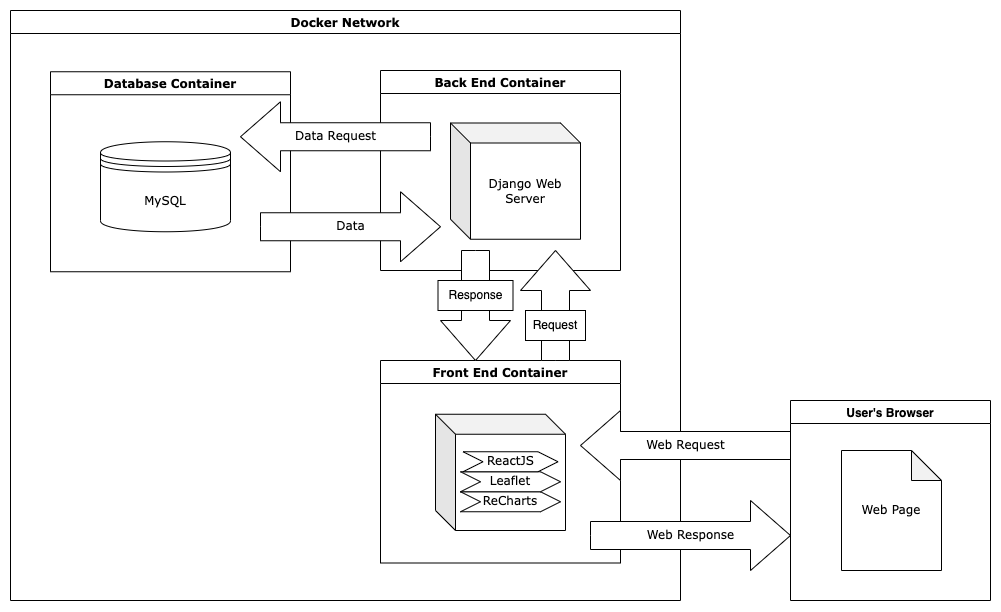
Before: img/fires-wild-diagram.png, a diagram exported from draw.io (cs481-ekh/f22-fires-wild). Source tidied: cells renumbered, new cells last; positions are measured from the earlier drawing's top-left corner, leaving out a move shared by most shapes.
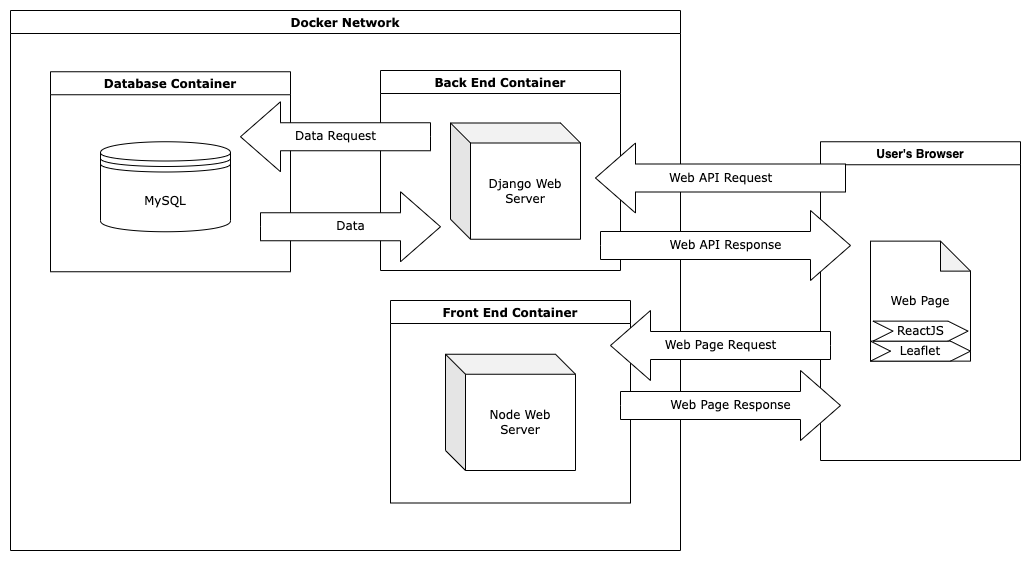
After the change.

What changed in the source:
```diff
@@ -3,7 +3,7 @@
     <mxCell id="0" />
     <mxCell id="1" parent="0" />
     <mxCell id="2" value="Docker Network" style="swimlane;fontFamily=Verdana;" parent="1" vertex="1">
-      <mxGeometry width="670" height="590" as="geometry" />
+      <mxGeometry width="670" height="540" as="geometry" />
     </mxCell>
     <mxCell id="3" value="Database Container" style="swimlane;fontFamily=Verdana;" parent="2" vertex="1">
       <mxGeometry x="40" y="61.2" width="240" height="200" as="geometry" />
@@ -24,43 +24,34 @@
       <mxGeometry x="250" y="181.2" width="180" height="70" as="geometry" />
     </mxCell>
     <mxCell id="9" value="Front End Container" style="swimlane;fontFamily=Verdana;" parent="2" vertex="1">
-      <mxGeometry x="370" y="350" width="240" height="202.5" as="geometry" />
+      <mxGeometry x="380" y="290" width="240" height="202.5" as="geometry" />
     </mxCell>
-    <mxCell id="10" style="shape=cube;whiteSpace=wrap;html=1;boundedLbl=1;backgroundOutline=1;darkOpacity=0.05;darkOpacity2=0.1;fontFamily=Verdana;" parent="9" vertex="1">
+    <mxCell id="10" value="Node Web&lt;br&gt;Server" style="shape=cube;whiteSpace=wrap;html=1;boundedLbl=1;backgroundOutline=1;darkOpacity=0.05;darkOpacity2=0.1;fontFamily=Verdana;" parent="9" vertex="1">
       <mxGeometry x="55" y="53.8" width="130" height="116.2" as="geometry" />
     </mxCell>
-    <mxCell id="11" value="ReCharts" style="shape=step;perimeter=stepPerimeter;whiteSpace=wrap;html=1;fixedSize=1;fontFamily=Verdana;fontSize=12;" parent="9" vertex="1">
-      <mxGeometry x="80" y="131.2" width="100" height="20" as="geometry" />
-    </mxCell>
+    <mxCell id="20" value="User's Browser" style="swimlane;" parent="1" vertex="1">
+      <mxGeometry x="810" y="131.2" width="200" height="318.8" as="geometry" />
+    </mxCell>
+    <mxCell id="21" value="Web Page" style="shape=note;whiteSpace=wrap;html=1;backgroundOutline=1;darkOpacity=0.05;fontFamily=Verdana;fontSize=12;" parent="20" vertex="1">
+      <mxGeometry x="50" y="99.4" width="100" height="120" as="geometry" />
+    </mxCell>
-    <mxCell id="12" value="Leaflet" style="shape=step;perimeter=stepPerimeter;whiteSpace=wrap;html=1;fixedSize=1;fontFamily=Verdana;fontSize=12;" parent="9" vertex="1">
-      <mxGeometry x="80" y="111.2" width="100" height="20" as="geometry" />
+    <mxCell id="12" value="Leaflet" style="shape=step;perimeter=stepPerimeter;whiteSpace=wrap;html=1;fixedSize=1;fontFamily=Verdana;fontSize=12;" parent="20" vertex="1">
+      <mxGeometry x="50" y="199.4" width="100" height="20" as="geometry" />
     </mxCell>
-    <mxCell id="13" value="ReactJS" style="shape=step;perimeter=stepPerimeter;whiteSpace=wrap;html=1;fixedSize=1;fontFamily=Verdana;fontSize=12;" parent="9" vertex="1">
-      <mxGeometry x="82.5" y="91.2" width="95" height="20" as="geometry" />
+    <mxCell id="13" value="ReactJS" style="shape=step;perimeter=stepPerimeter;whiteSpace=wrap;html=1;fixedSize=1;fontFamily=Verdana;fontSize=12;" parent="20" vertex="1">
+      <mxGeometry x="52.5" y="179.4" width="95" height="20" as="geometry" />
     </mxCell>
-    <mxCell id="14" style="html=1;shadow=0;dashed=0;align=center;verticalAlign=middle;shape=mxgraph.arrows2.arrow;dy=0.6;dx=40;direction=south;notch=0;" parent="2" vertex="1">
-      <mxGeometry x="430" y="240" width="70" height="110" as="geometry" />
-    </mxCell>
-    <mxCell id="15" style="html=1;shadow=0;dashed=0;align=center;verticalAlign=middle;shape=mxgraph.arrows2.arrow;dy=0.6;dx=40;direction=south;notch=0;rotation=-180;" parent="2" vertex="1">
-      <mxGeometry x="510" y="240" width="70" height="110" as="geometry" />
-    </mxCell>
-    <mxCell id="16" value="Response" style="rounded=0;whiteSpace=wrap;html=1;" parent="2" vertex="1">
-      <mxGeometry x="427.5" y="270" width="75" height="30" as="geometry" />
-    </mxCell>
-    <mxCell id="17" value="Request" style="rounded=0;whiteSpace=wrap;html=1;" parent="2" vertex="1">
-      <mxGeometry x="515" y="300" width="60" height="30" as="geometry" />
-    </mxCell>
+    <mxCell id="19" value="Web Page Response" style="html=1;shadow=0;dashed=0;align=center;verticalAlign=middle;shape=mxgraph.arrows2.arrow;dy=0.6;dx=40;notch=0;fontFamily=Verdana;rotation=0;" parent="20" vertex="1">
+      <mxGeometry x="-200" y="228.8" width="220" height="70" as="geometry" />
+    </mxCell>
+    <mxCell id="22" value="Web API Request" style="html=1;shadow=0;dashed=0;align=center;verticalAlign=middle;shape=mxgraph.arrows2.arrow;dy=0.6;dx=40;flipH=1;notch=0;fontFamily=Verdana;rotation=0;" parent="1" vertex="1">
+      <mxGeometry x="585" y="132.5" width="250" height="70" as="geometry" />
+    </mxCell>
-    <mxCell id="18" value="Web Request" style="html=1;shadow=0;dashed=0;align=center;verticalAlign=middle;shape=mxgraph.arrows2.arrow;dy=0.6;dx=40;flipH=1;notch=0;fontFamily=Verdana;" parent="1" vertex="1">
-      <mxGeometry x="570" y="400" width="210" height="70" as="geometry" />
+    <mxCell id="18" value="Web Page Request" style="html=1;shadow=0;dashed=0;align=center;verticalAlign=middle;shape=mxgraph.arrows2.arrow;dy=0.6;dx=40;flipH=1;notch=0;fontFamily=Verdana;rotation=0;" parent="1" vertex="1">
+      <mxGeometry x="600" y="300" width="220" height="70" as="geometry" />
     </mxCell>
-    <mxCell id="19" value="Web Response" style="html=1;shadow=0;dashed=0;align=center;verticalAlign=middle;shape=mxgraph.arrows2.arrow;dy=0.6;dx=40;notch=0;fontFamily=Verdana;" parent="1" vertex="1">
-      <mxGeometry x="580" y="490" width="200" height="70" as="geometry" />
-    </mxCell>
-    <mxCell id="20" value="User's Browser" style="swimlane;" parent="1" vertex="1">
-      <mxGeometry x="780" y="390" width="200" height="200" as="geometry" />
-    </mxCell>
-    <mxCell id="21" value="Web Page" style="shape=note;whiteSpace=wrap;html=1;backgroundOutline=1;darkOpacity=0.05;fontFamily=Verdana;fontSize=12;" parent="20" vertex="1">
-      <mxGeometry x="51" y="50" width="100" height="120" as="geometry" />
-    </mxCell>
+    <mxCell id="23" value="Web API Response" style="html=1;shadow=0;dashed=0;align=center;verticalAlign=middle;shape=mxgraph.arrows2.arrow;dy=0.6;dx=40;notch=0;fontFamily=Verdana;rotation=0;" parent="1" vertex="1">
+      <mxGeometry x="590" y="200" width="250" height="70" as="geometry" />
+    </mxCell>
   </root>
 </mxGraphModel>
```
